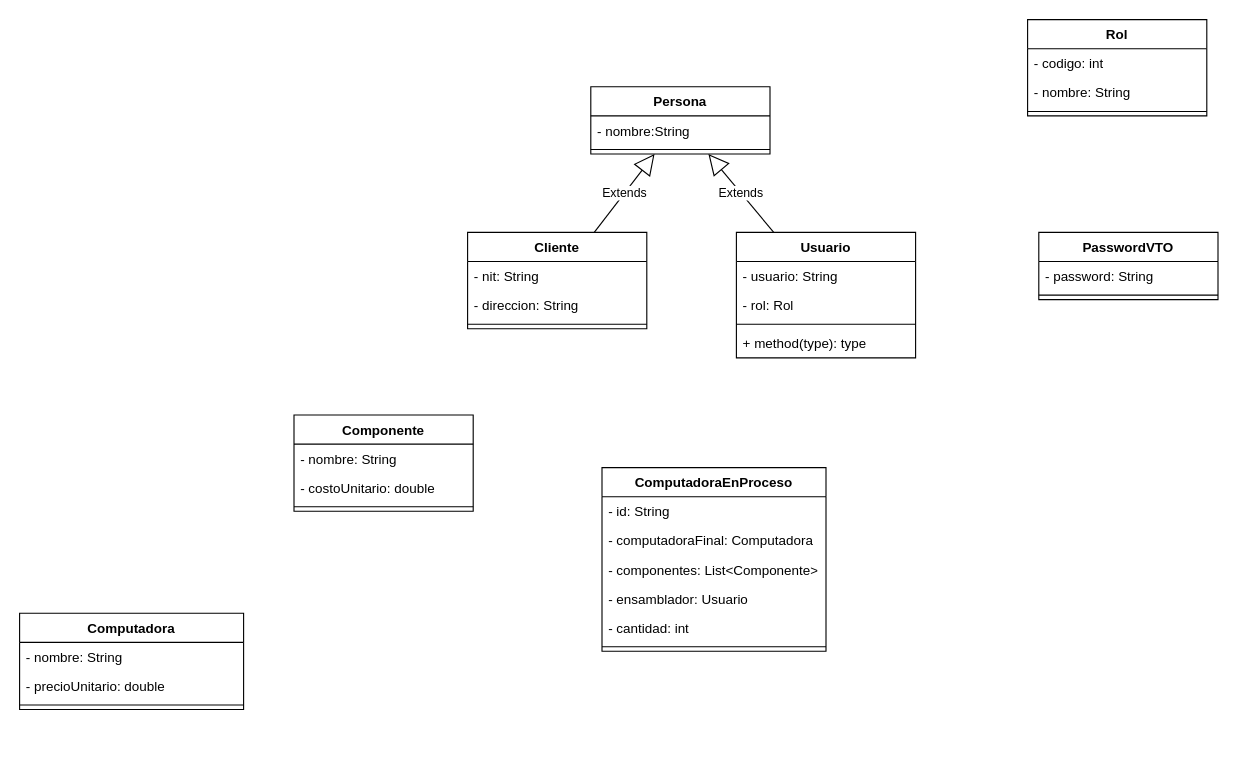
Emahch/Proyecto-1-IPC2-S2-2025 keeps this draw.io diagram as page "Clases" (1 of 2) of Documentación/La Computadora Feliz IPC2 1S 2025.drawio. Above is the earlier version. Source tidied: cells renumbered, new cells numbered last; positions are measured from the earlier drawing's top-left corner, leaving out a move shared by most shapes. Both pictures are drawn from the tidied source at 112%, with x=0, y=0 at pixel (19, 19).
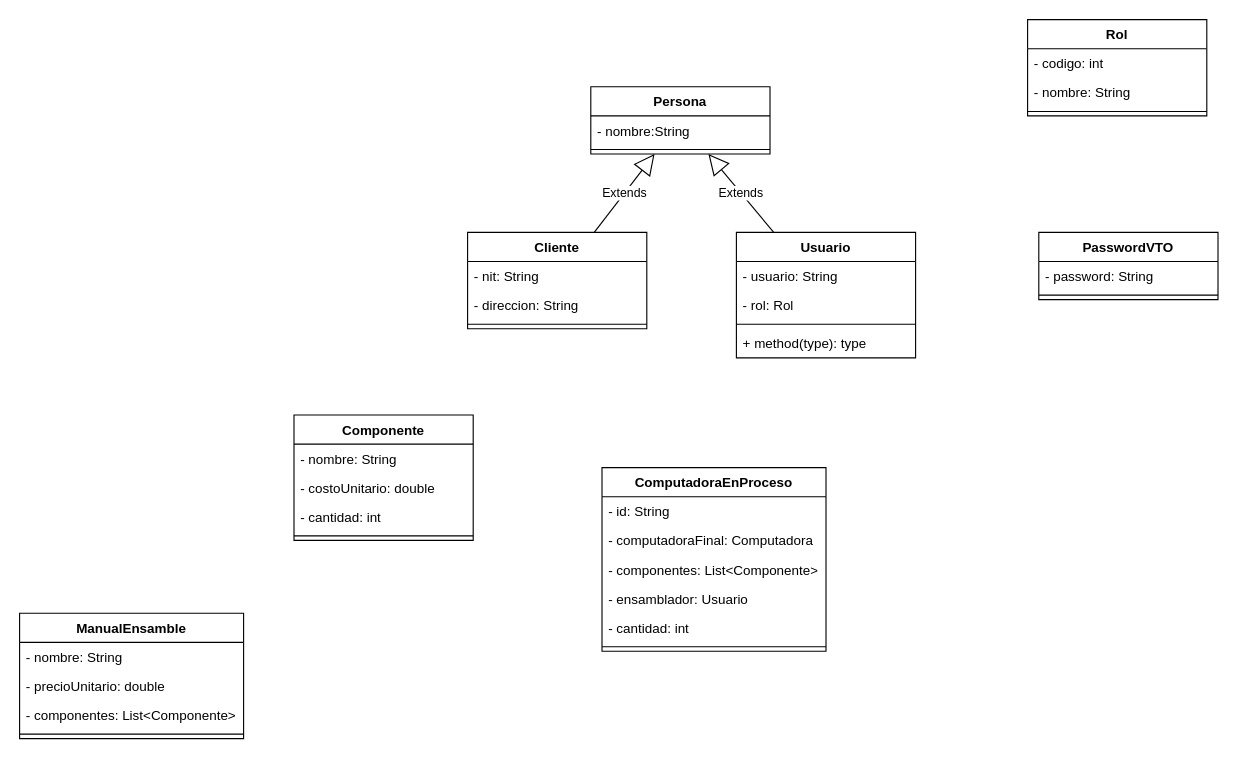
Above is the later version.

The edit, as a diff of the source:
```diff
@@
     <mxCell id="9" value="&lt;div&gt;Componente&lt;/div&gt;" style="swimlane;fontStyle=1;align=center;verticalAlign=top;horizontal=1;startSize=26;whiteSpace=wrap;html=1;" parent="1" vertex="1">
-      <mxGeometry x="245" y="353" width="160" height="86" as="geometry" />
+      <mxGeometry x="245" y="353" width="160" height="112" as="geometry" />
     </mxCell>
@@
+    <mxCell id="38" value="- cantidad: int" style="text;strokeColor=none;fillColor=none;align=left;verticalAlign=top;spacingLeft=4;spacingRight=4;overflow=hidden;whiteSpace=wrap;html=1;" parent="9" vertex="1">
+      <mxGeometry y="78" width="160" height="26" as="geometry" />
+    </mxCell>
     <mxCell id="12" style="line;strokeWidth=1;fillColor=none;align=left;verticalAlign=middle;spacingTop=-1;spacingLeft=3;spacingRight=3;labelPosition=right;strokeColor=inherit;" parent="9" vertex="1">
-      <mxGeometry y="78" width="160" height="8" as="geometry" />
+      <mxGeometry y="104" width="160" height="8" as="geometry" />
     </mxCell>
@@
-    <mxCell id="22" value="Computadora" style="swimlane;fontStyle=1;align=center;verticalAlign=top;horizontal=1;startSize=26;whiteSpace=wrap;html=1;" parent="1" vertex="1">
-      <mxGeometry y="530" width="200" height="86" as="geometry" />
+    <mxCell id="22" value="ManualEnsamble" style="swimlane;fontStyle=1;align=center;verticalAlign=top;horizontal=1;startSize=26;whiteSpace=wrap;html=1;" parent="1" vertex="1">
+      <mxGeometry y="530" width="200" height="112" as="geometry" />
     </mxCell>
@@
+    <mxCell id="39" value="- componentes: List&amp;lt;Componente&amp;gt;" style="text;strokeColor=none;fillColor=none;align=left;verticalAlign=top;spacingLeft=4;spacingRight=4;overflow=hidden;whiteSpace=wrap;html=1;" parent="22" vertex="1">
+      <mxGeometry y="78" width="200" height="26" as="geometry" />
+    </mxCell>
     <mxCell id="25" style="line;strokeWidth=1;fillColor=none;align=left;verticalAlign=middle;spacingTop=-1;spacingLeft=3;spacingRight=3;labelPosition=right;strokeColor=inherit;" parent="22" vertex="1">
-      <mxGeometry y="78" width="200" height="8" as="geometry" />
+      <mxGeometry y="104" width="200" height="8" as="geometry" />
     </mxCell>
```
